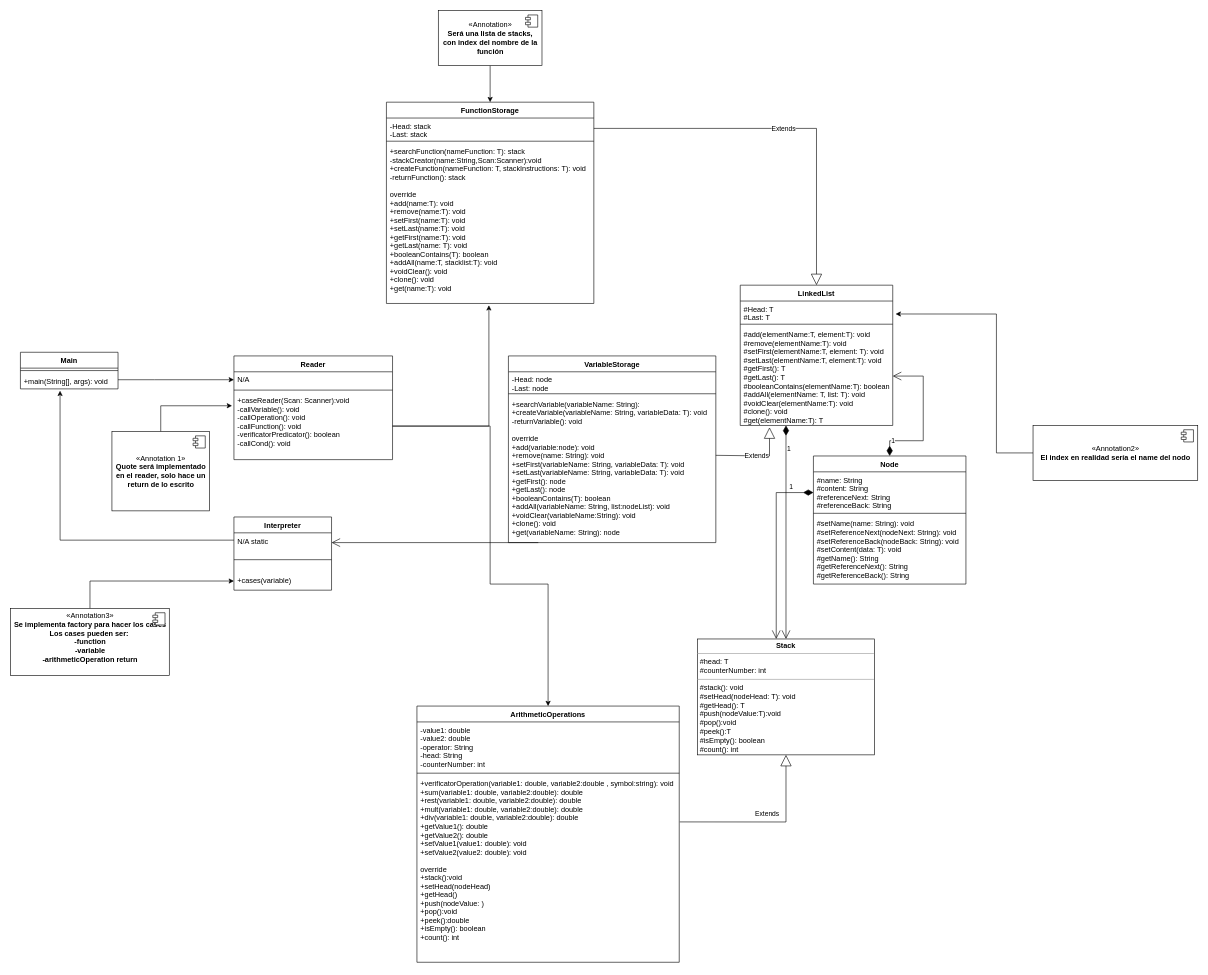
Before: Untitled Diagram.drawio in DiggsPapu/Proyect1_Lisp_Interpreter, a draw.io diagram. Source tidied: cells renumbered, new cells numbered last; positions are measured from the earlier drawing's top-left corner, leaving out a move shared by most shapes. Both pictures are drawn from the tidied source at 61%, with x=0, y=0 at pixel (10, 10).
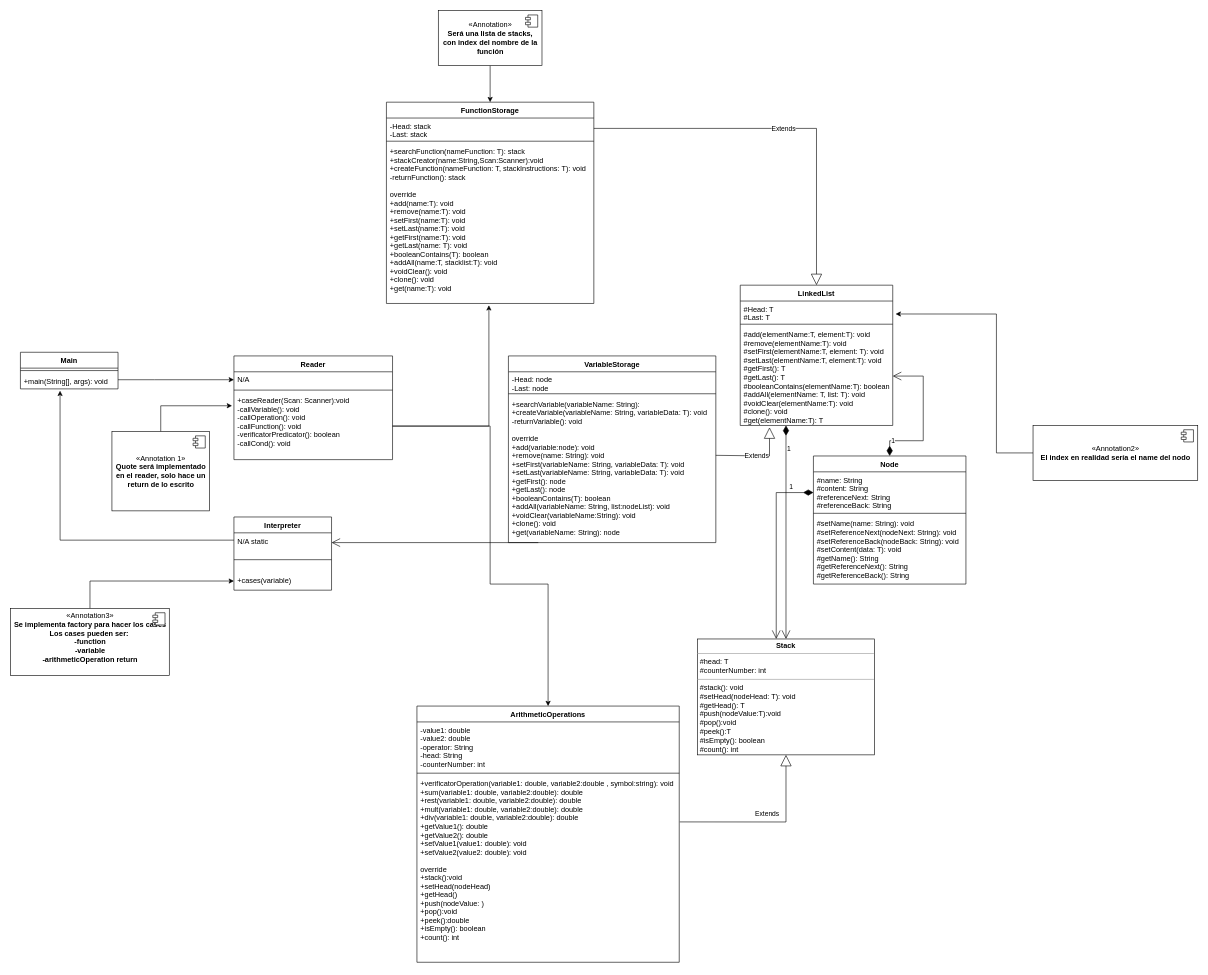
The same page after the edit.

Unchanged cells that the change refers to:
```xml
<mxCell id="38" value="FunctionStorage" style="swimlane;fontStyle=1;align=center;verticalAlign=top;horizontal=1;startSize=26;" parent="1" vertex="1">
  <mxGeometry x="616" y="150" width="340" height="330" as="geometry" />
</mxCell>
```

The edit, as a diff of the source:
```diff
@@
-    <mxCell id="41" value="+searchFunction(nameFunction: T): stack&#10;-stackCreator(name:String,Scan:Scanner):void&#10;+createFunction(nameFunction: T, stackInstructions: T): void&#10;-returnFunction(): stack&#10;&#10;override&#10;+add(name:T): void&#10;+remove(name:T): void&#10;+setFirst(name:T): void&#10;+setLast(name:T): void&#10;+getFirst(name:T): void&#10;+getLast(name: T): void&#10;+booleanContains(T): boolean&#10;+addAll(name:T, stacklist:T): void&#10;+voidClear(): void&#10;+clone(): void&#10;+get(name:T): void" style="text;strokeColor=none;fillColor=none;align=left;verticalAlign=top;spacingLeft=4;spacingRight=4;overflow=hidden;points=[[0,0.5],[1,0.5]];portConstraint=eastwest;" parent="38" vertex="1">
+    <mxCell id="41" value="+searchFunction(nameFunction: T): stack&#10;+stackCreator(name:String,Scan:Scanner):void&#10;+createFunction(nameFunction: T, stackInstructions: T): void&#10;-returnFunction(): stack&#10;&#10;override&#10;+add(name:T): void&#10;+remove(name:T): void&#10;+setFirst(name:T): void&#10;+setLast(name:T): void&#10;+getFirst(name:T): void&#10;+getLast(name: T): void&#10;+booleanContains(T): boolean&#10;+addAll(name:T, stacklist:T): void&#10;+voidClear(): void&#10;+clone(): void&#10;+get(name:T): void" style="text;strokeColor=none;fillColor=none;align=left;verticalAlign=top;spacingLeft=4;spacingRight=4;overflow=hidden;points=[[0,0.5],[1,0.5]];portConstraint=eastwest;" parent="38" vertex="1">
       <mxGeometry y="68" width="340" height="262" as="geometry" />
     </mxCell>
```
